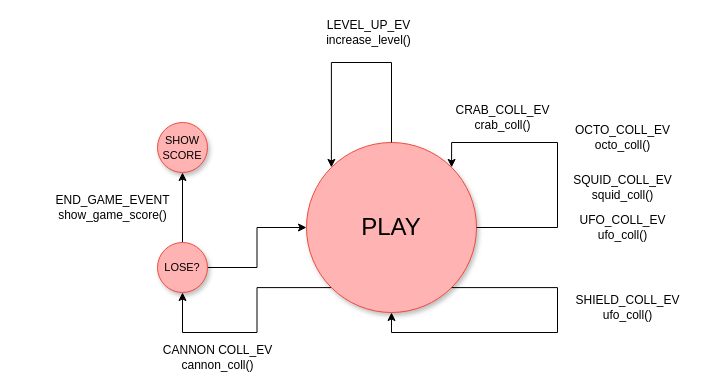
Above: Backend/play_sketch.dio in KevinWahle/Programacion-1-TP-Integrador (draw.io), before the change. Source tidied: cells renumbered, new cells numbered last; positions are measured from the earlier drawing's top-left corner, leaving out a move shared by most shapes. Both pictures are drawn from the tidied source at 100%, with x=0, y=0 at pixel (47, 17).
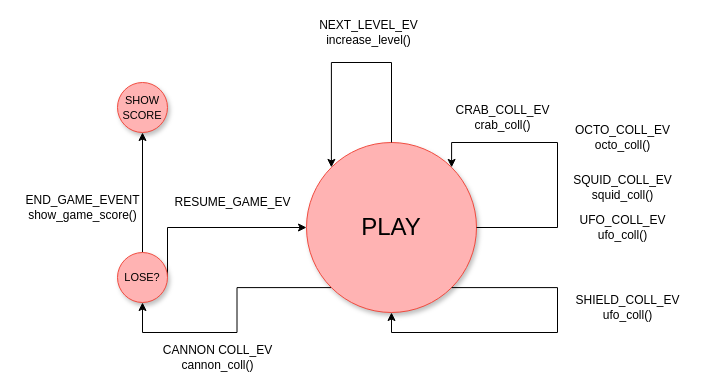
The same page after the edit.

The change refers to these unchanged cells:
```xml
<mxCell id="3" value="&lt;font style=&quot;font-size: 24px&quot;&gt;PLAY&lt;/font&gt;" style="ellipse;whiteSpace=wrap;html=1;shadow=1;fillColor=#FFB3B3;strokeColor=#F04A3E;" parent="1" vertex="1">
  <mxGeometry x="259" y="125" width="170" height="170" as="geometry" />
</mxCell>
```

Change to the diagram source:
```diff
@@
-    <mxCell id="12" value="LEVEL_UP_EV&lt;br&gt;increase_level()&lt;br&gt;" style="text;html=1;align=center;verticalAlign=middle;" parent="1" vertex="1">
-      <mxGeometry x="271" width="100" height="30" as="geometry" />
+    <mxCell id="12" value="NEXT_LEVEL_EV&lt;br&gt;increase_level()" style="text;html=1;align=center;verticalAlign=middle;" parent="1" vertex="1">
+      <mxGeometry x="266" width="110" height="30" as="geometry" />
     </mxCell>
@@
     <mxCell id="14" value="&lt;font style=&quot;font-size: 11px&quot;&gt;SHOW SCORE&lt;/font&gt;" style="ellipse;whiteSpace=wrap;html=1;shadow=1;fillColor=#FFB3B3;strokeColor=#F04A3E;" parent="1" vertex="1">
-      <mxGeometry x="110" y="105" width="50" height="50" as="geometry" />
+      <mxGeometry x="70" y="65" width="50" height="50" as="geometry" />
     </mxCell>
@@
     <mxCell id="16" style="edgeStyle=orthogonalEdgeStyle;rounded=0;jettySize=auto;html=1;exitX=1;exitY=0.5;exitDx=0;exitDy=0;entryX=0;entryY=0.5;entryDx=0;entryDy=0;" parent="1" edge="1" source="17" target="3">
-      <mxGeometry relative="1" as="geometry" />
+      <mxGeometry relative="1" as="geometry">
+        <Array as="points">
+          <mxPoint x="120" y="210" />
+        </Array>
+      </mxGeometry>
     </mxCell>
     <mxCell id="17" value="&lt;font style=&quot;font-size: 11px&quot;&gt;LOSE?&lt;/font&gt;" style="ellipse;whiteSpace=wrap;html=1;shadow=1;fillColor=#FFB3B3;strokeColor=#F04A3E;" parent="1" vertex="1">
-      <mxGeometry x="110" y="225" width="50" height="50" as="geometry" />
+      <mxGeometry x="70" y="235" width="50" height="50" as="geometry" />
     </mxCell>
     <mxCell id="18" value="END_GAME_EVENT&lt;br&gt;show_game_score()" style="text;html=1;align=center;verticalAlign=middle;" parent="1" vertex="1">
-      <mxGeometry y="175" width="130" height="30" as="geometry" />
+      <mxGeometry x="-30" y="175" width="130" height="30" as="geometry" />
     </mxCell>
+    <mxCell id="19" value="RESUME_GAME_EV&lt;br&gt;" style="text;html=1;align=center;verticalAlign=middle;" parent="1" vertex="1">
+      <mxGeometry x="120" y="175" width="130" height="20" as="geometry" />
+    </mxCell>
```
